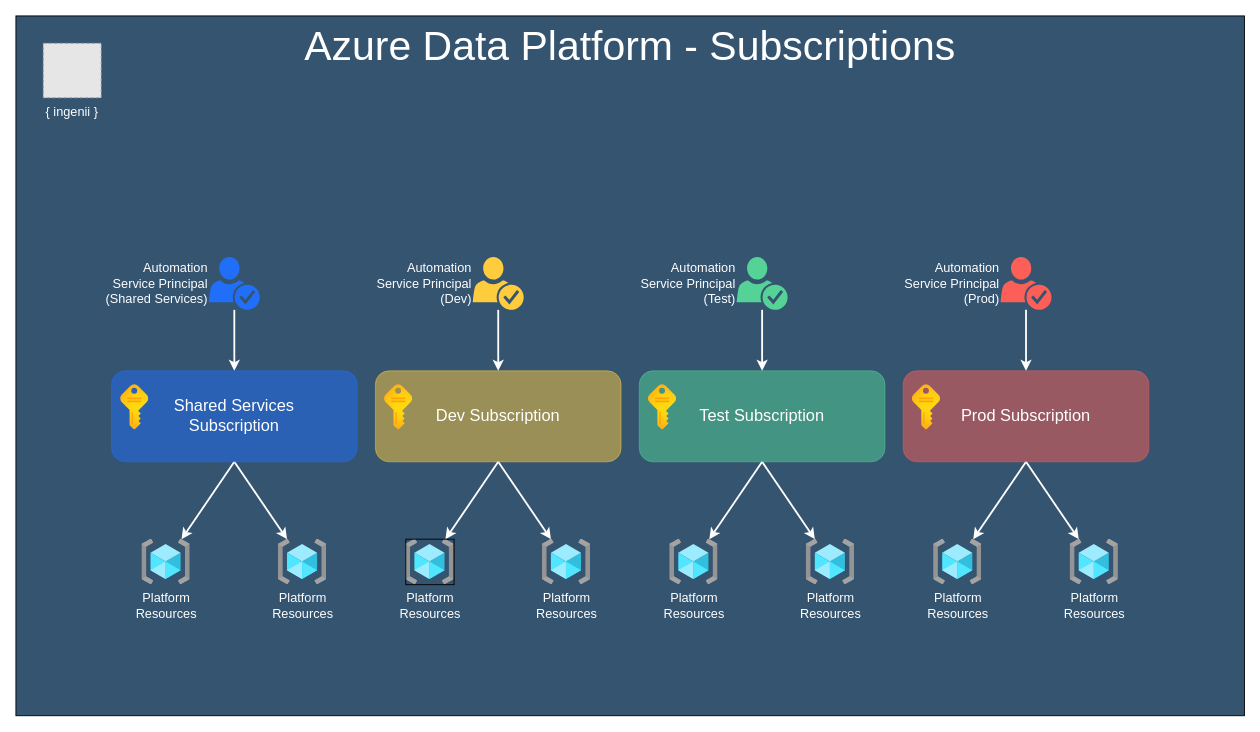
Earlier version of the draw.io diagram docs/assets/adp-design-subscriptions.drawio (rising-star92/python-azure-data-paltform). Source tidied: cells renumbered, new cells numbered last; positions are measured from the earlier drawing's top-left corner, leaving out a move shared by most shapes. Both pictures are drawn from the tidied source at 91%, with x=0, y=0 at pixel (15, 15). Pictures stored in the file or linked from it are replaced by grey dashed boxes.
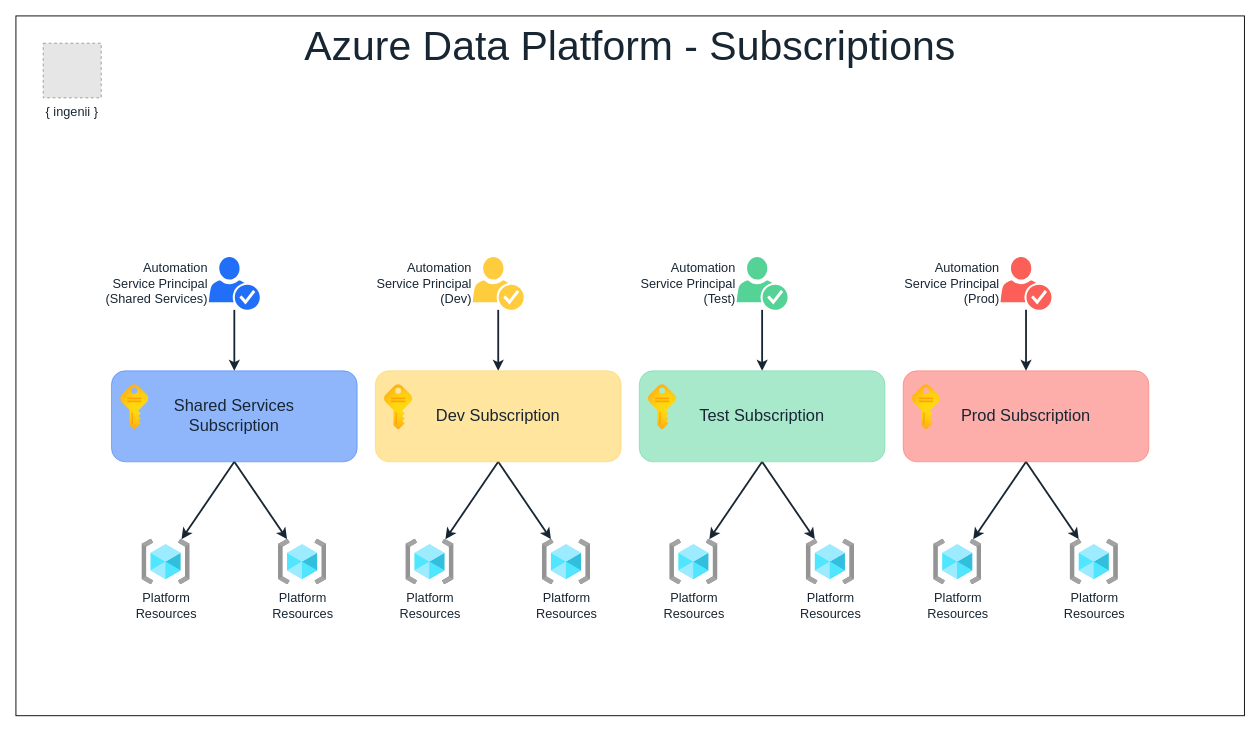
The same diagram, later.

Diff of the diagram source:
```diff
@@
-    <mxCell id="2" value="&lt;span style=&quot;font-size: 45px&quot;&gt;Azure Data Platform - Subscriptions&lt;/span&gt;" style="rounded=0;whiteSpace=wrap;html=1;verticalAlign=top;fontSize=30;fontFamily=Helvetica;fontStyle=0;glass=0;fillColor=#355470;fontColor=#FFFFFF;labelBackgroundColor=none;" parent="1" vertex="1">
+    <mxCell id="2" value="&lt;span style=&quot;font-size: 45px&quot;&gt;Azure Data Platform - Subscriptions&lt;/span&gt;" style="rounded=0;whiteSpace=wrap;html=1;verticalAlign=top;fontSize=30;fontFamily=Helvetica;fontStyle=0;glass=0;labelBackgroundColor=none;fillColor=#FFFFFF;fontColor=#182633;" parent="1" vertex="1">
       <mxGeometry width="1350" height="769" as="geometry" />
     </mxCell>
-    <mxCell id="3" value="{ ingenii }" style="fillColor=#E6E6E6;strokeColor=#999999;dashed=1;verticalLabelPosition=bottom;verticalAlign=top;fontStyle=0;fontFamily=Helvetica;labelPosition=center;align=center;fontSize=14;fontColor=#FFFFFF;labelBackgroundColor=none;" parent="1" vertex="1">
+    <mxCell id="3" value="{ ingenii }" style="fillColor=#E6E6E6;strokeColor=#999999;dashed=1;verticalLabelPosition=bottom;verticalAlign=top;fontStyle=0;fontFamily=Helvetica;labelPosition=center;align=center;fontSize=14;labelBackgroundColor=none;fontColor=#182633;" parent="1" vertex="1">
       <mxGeometry x="30" y="30" width="63.7" height="60" as="geometry" />
     </mxCell>
-    <mxCell id="4" style="edgeStyle=orthogonalEdgeStyle;rounded=0;jettySize=auto;html=1;entryX=0.5;entryY=0;entryDx=0;entryDy=0;fontFamily=Helvetica;strokeWidth=2;fontColor=#FFFFFF;labelBackgroundColor=none;strokeColor=#FFFFFF;" parent="1" edge="1" source="5" target="18">
+    <mxCell id="4" style="edgeStyle=orthogonalEdgeStyle;rounded=0;jettySize=auto;html=1;entryX=0.5;entryY=0;entryDx=0;entryDy=0;fontFamily=Helvetica;strokeWidth=2;labelBackgroundColor=none;fontColor=#182633;strokeColor=#182633;" parent="1" edge="1" source="5" target="18">
       <mxGeometry relative="1" as="geometry" />
     </mxCell>
-    <mxCell id="5" value="Automation &lt;br style=&quot;font-size: 14px;&quot;&gt;Service Principal&lt;br style=&quot;font-size: 14px;&quot;&gt;(Shared Services)" style="shadow=0;dashed=0;html=1;strokeColor=none;labelPosition=left;verticalLabelPosition=middle;verticalAlign=middle;outlineConnect=0;align=right;shape=mxgraph.office.security.credentials;fontFamily=Helvetica;fontSize=14;fontColor=#FFFFFF;labelBackgroundColor=none;fillColor=#216FF8;" parent="1" vertex="1">
+    <mxCell id="5" value="Automation &lt;br style=&quot;font-size: 14px;&quot;&gt;Service Principal&lt;br style=&quot;font-size: 14px;&quot;&gt;(Shared Services)" style="shadow=0;dashed=0;html=1;strokeColor=none;labelPosition=left;verticalLabelPosition=middle;verticalAlign=middle;outlineConnect=0;align=right;shape=mxgraph.office.security.credentials;fontFamily=Helvetica;fontSize=14;labelBackgroundColor=none;fillColor=#216FF8;fontColor=#182633;" parent="1" vertex="1">
       <mxGeometry x="212" y="265" width="56" height="58" as="geometry" />
     </mxCell>
-    <mxCell id="6" style="edgeStyle=orthogonalEdgeStyle;rounded=0;jettySize=auto;html=1;entryX=0.5;entryY=0;entryDx=0;entryDy=0;fontFamily=Helvetica;strokeWidth=2;fontColor=#FFFFFF;labelBackgroundColor=none;strokeColor=#FFFFFF;" parent="1" edge="1" source="7" target="21">
+    <mxCell id="6" style="edgeStyle=orthogonalEdgeStyle;rounded=0;jettySize=auto;html=1;entryX=0.5;entryY=0;entryDx=0;entryDy=0;fontFamily=Helvetica;strokeWidth=2;labelBackgroundColor=none;fontColor=#182633;strokeColor=#182633;" parent="1" edge="1" source="7" target="21">
       <mxGeometry relative="1" as="geometry" />
     </mxCell>
-    <mxCell id="7" value="Automation &lt;br style=&quot;font-size: 14px;&quot;&gt;Service Principal&lt;br style=&quot;font-size: 14px;&quot;&gt;(Dev)" style="shadow=0;dashed=0;html=1;strokeColor=none;labelPosition=left;verticalLabelPosition=middle;verticalAlign=middle;outlineConnect=0;align=right;shape=mxgraph.office.security.credentials;fontFamily=Helvetica;fontSize=14;fontColor=#FFFFFF;labelBackgroundColor=none;fillColor=#FFCC3E;" parent="1" vertex="1">
+    <mxCell id="7" value="Automation &lt;br style=&quot;font-size: 14px;&quot;&gt;Service Principal&lt;br style=&quot;font-size: 14px;&quot;&gt;(Dev)" style="shadow=0;dashed=0;html=1;strokeColor=none;labelPosition=left;verticalLabelPosition=middle;verticalAlign=middle;outlineConnect=0;align=right;shape=mxgraph.office.security.credentials;fontFamily=Helvetica;fontSize=14;labelBackgroundColor=none;fillColor=#FFCC3E;fontColor=#182633;" parent="1" vertex="1">
       <mxGeometry x="502" y="265" width="56" height="58" as="geometry" />
     </mxCell>
-    <mxCell id="8" style="edgeStyle=orthogonalEdgeStyle;rounded=0;jettySize=auto;html=1;fontFamily=Helvetica;labelPosition=left;verticalLabelPosition=middle;align=right;verticalAlign=middle;strokeWidth=2;fontColor=#FFFFFF;labelBackgroundColor=none;strokeColor=#FFFFFF;" parent="1" edge="1" source="9" target="15">
+    <mxCell id="8" style="edgeStyle=orthogonalEdgeStyle;rounded=0;jettySize=auto;html=1;fontFamily=Helvetica;labelPosition=left;verticalLabelPosition=middle;align=right;verticalAlign=middle;strokeWidth=2;labelBackgroundColor=none;fontColor=#182633;strokeColor=#182633;" parent="1" edge="1" source="9" target="15">
       <mxGeometry relative="1" as="geometry" />
     </mxCell>
-    <mxCell id="9" value="Automation &lt;br style=&quot;font-size: 14px;&quot;&gt;Service Principal&lt;br style=&quot;font-size: 14px;&quot;&gt;(Test)" style="shadow=0;dashed=0;html=1;strokeColor=none;labelPosition=left;verticalLabelPosition=middle;verticalAlign=middle;outlineConnect=0;align=right;shape=mxgraph.office.security.credentials;fontFamily=Helvetica;fontSize=14;fontColor=#FFFFFF;labelBackgroundColor=none;fillColor=#55D397;" parent="1" vertex="1">
+    <mxCell id="9" value="Automation &lt;br style=&quot;font-size: 14px;&quot;&gt;Service Principal&lt;br style=&quot;font-size: 14px;&quot;&gt;(Test)" style="shadow=0;dashed=0;html=1;strokeColor=none;labelPosition=left;verticalLabelPosition=middle;verticalAlign=middle;outlineConnect=0;align=right;shape=mxgraph.office.security.credentials;fontFamily=Helvetica;fontSize=14;labelBackgroundColor=none;fillColor=#55D397;fontColor=#182633;" parent="1" vertex="1">
       <mxGeometry x="792" y="265" width="56" height="58" as="geometry" />
     </mxCell>
-    <mxCell id="10" style="edgeStyle=none;rounded=0;jettySize=auto;html=1;exitX=0.5;exitY=1;exitDx=0;exitDy=0;fontFamily=Helvetica;strokeWidth=2;fontColor=#FFFFFF;labelBackgroundColor=none;strokeColor=#FFFFFF;" parent="1" edge="1" source="12" target="34">
+    <mxCell id="10" style="edgeStyle=none;rounded=0;jettySize=auto;html=1;exitX=0.5;exitY=1;exitDx=0;exitDy=0;fontFamily=Helvetica;strokeWidth=2;labelBackgroundColor=none;fontColor=#182633;strokeColor=#182633;" parent="1" edge="1" source="12" target="34">
       <mxGeometry relative="1" as="geometry" />
     </mxCell>
-    <mxCell id="11" style="edgeStyle=none;rounded=0;jettySize=auto;html=1;exitX=0.5;exitY=1;exitDx=0;exitDy=0;fontFamily=Helvetica;strokeWidth=2;fontColor=#FFFFFF;labelBackgroundColor=none;strokeColor=#FFFFFF;" parent="1" edge="1" source="12" target="35">
+    <mxCell id="11" style="edgeStyle=none;rounded=0;jettySize=auto;html=1;exitX=0.5;exitY=1;exitDx=0;exitDy=0;fontFamily=Helvetica;strokeWidth=2;labelBackgroundColor=none;fontColor=#182633;strokeColor=#182633;" parent="1" edge="1" source="12" target="35">
       <mxGeometry relative="1" as="geometry" />
     </mxCell>
-    <mxCell id="12" value="Prod Subscription" style="rounded=1;whiteSpace=wrap;html=1;fontSize=18;fontStyle=0;fontFamily=Helvetica;sketch=0;flipH=0;glass=0;shadow=0;fontColor=#FFFFFF;labelBackgroundColor=none;fillColor=#FC5F57;strokeColor=#FC5F57;opacity=50;" parent="1" vertex="1">
+    <mxCell id="12" value="Prod Subscription" style="rounded=1;whiteSpace=wrap;html=1;fontSize=18;fontStyle=0;fontFamily=Helvetica;sketch=0;flipH=0;glass=0;shadow=0;labelBackgroundColor=none;fillColor=#FC5F57;strokeColor=#FC5F57;opacity=50;fontColor=#182633;" parent="1" vertex="1">
       <mxGeometry x="975" y="390" width="270" height="100" as="geometry" />
     </mxCell>
-    <mxCell id="13" style="edgeStyle=none;rounded=0;jettySize=auto;html=1;exitX=0.5;exitY=1;exitDx=0;exitDy=0;fontFamily=Helvetica;strokeWidth=2;fontColor=#FFFFFF;labelBackgroundColor=none;strokeColor=#FFFFFF;" parent="1" edge="1" source="15" target="32">
+    <mxCell id="13" style="edgeStyle=none;rounded=0;jettySize=auto;html=1;exitX=0.5;exitY=1;exitDx=0;exitDy=0;fontFamily=Helvetica;strokeWidth=2;labelBackgroundColor=none;fontColor=#182633;strokeColor=#182633;" parent="1" edge="1" source="15" target="32">
       <mxGeometry relative="1" as="geometry" />
     </mxCell>
-    <mxCell id="14" style="edgeStyle=none;rounded=0;jettySize=auto;html=1;exitX=0.5;exitY=1;exitDx=0;exitDy=0;fontFamily=Helvetica;strokeWidth=2;fontColor=#FFFFFF;labelBackgroundColor=none;strokeColor=#FFFFFF;" parent="1" edge="1" source="15" target="33">
+    <mxCell id="14" style="edgeStyle=none;rounded=0;jettySize=auto;html=1;exitX=0.5;exitY=1;exitDx=0;exitDy=0;fontFamily=Helvetica;strokeWidth=2;labelBackgroundColor=none;fontColor=#182633;strokeColor=#182633;" parent="1" edge="1" source="15" target="33">
       <mxGeometry relative="1" as="geometry" />
     </mxCell>
-    <mxCell id="15" value="Test Subscription" style="rounded=1;whiteSpace=wrap;html=1;fontSize=18;fontStyle=0;fontFamily=Helvetica;sketch=0;flipH=0;fontColor=#FFFFFF;labelBackgroundColor=none;fillColor=#55D397;strokeColor=#55D397;opacity=50;" parent="1" vertex="1">
+    <mxCell id="15" value="Test Subscription" style="rounded=1;whiteSpace=wrap;html=1;fontSize=18;fontStyle=0;fontFamily=Helvetica;sketch=0;flipH=0;labelBackgroundColor=none;fillColor=#55D397;strokeColor=#55D397;opacity=50;fontColor=#182633;" parent="1" vertex="1">
       <mxGeometry x="685" y="390" width="270" height="100" as="geometry" />
     </mxCell>
-    <mxCell id="16" style="rounded=0;jettySize=auto;html=1;fontFamily=Helvetica;exitX=0.5;exitY=1;exitDx=0;exitDy=0;strokeWidth=2;fontColor=#FFFFFF;labelBackgroundColor=none;strokeColor=#FFFFFF;" parent="1" edge="1" source="18" target="28">
+    <mxCell id="16" style="rounded=0;jettySize=auto;html=1;fontFamily=Helvetica;exitX=0.5;exitY=1;exitDx=0;exitDy=0;strokeWidth=2;labelBackgroundColor=none;fontColor=#182633;strokeColor=#182633;" parent="1" edge="1" source="18" target="28">
       <mxGeometry relative="1" as="geometry" />
     </mxCell>
-    <mxCell id="17" style="edgeStyle=none;rounded=0;jettySize=auto;html=1;exitX=0.5;exitY=1;exitDx=0;exitDy=0;fontFamily=Helvetica;strokeWidth=2;fontColor=#FFFFFF;labelBackgroundColor=none;strokeColor=#FFFFFF;" parent="1" edge="1" source="18" target="29">
+    <mxCell id="17" style="edgeStyle=none;rounded=0;jettySize=auto;html=1;exitX=0.5;exitY=1;exitDx=0;exitDy=0;fontFamily=Helvetica;strokeWidth=2;labelBackgroundColor=none;fontColor=#182633;strokeColor=#182633;" parent="1" edge="1" source="18" target="29">
       <mxGeometry relative="1" as="geometry" />
     </mxCell>
-    <mxCell id="18" value="Shared Services&lt;br style=&quot;font-size: 18px;&quot;&gt;Subscription" style="rounded=1;whiteSpace=wrap;html=1;fontSize=18;fontStyle=0;fontFamily=Helvetica;sketch=0;flipH=0;fontColor=#FFFFFF;labelBackgroundColor=none;fillColor=#216FF8;strokeColor=#216FF8;opacity=50;" parent="1" vertex="1">
+    <mxCell id="18" value="Shared Services&lt;br style=&quot;font-size: 18px;&quot;&gt;Subscription" style="rounded=1;whiteSpace=wrap;html=1;fontSize=18;fontStyle=0;fontFamily=Helvetica;sketch=0;flipH=0;labelBackgroundColor=none;fillColor=#216FF8;strokeColor=#216FF8;opacity=50;fontColor=#182633;" parent="1" vertex="1">
       <mxGeometry x="105" y="390" width="270" height="100" as="geometry" />
     </mxCell>
-    <mxCell id="19" style="edgeStyle=none;rounded=0;jettySize=auto;html=1;exitX=0.5;exitY=1;exitDx=0;exitDy=0;fontFamily=Helvetica;strokeWidth=2;fontColor=#FFFFFF;labelBackgroundColor=none;strokeColor=#FFFFFF;" parent="1" edge="1" source="21" target="30">
+    <mxCell id="19" style="edgeStyle=none;rounded=0;jettySize=auto;html=1;exitX=0.5;exitY=1;exitDx=0;exitDy=0;fontFamily=Helvetica;strokeWidth=2;labelBackgroundColor=none;fontColor=#182633;strokeColor=#182633;" parent="1" edge="1" source="21" target="30">
       <mxGeometry relative="1" as="geometry" />
     </mxCell>
-    <mxCell id="20" style="edgeStyle=none;rounded=0;jettySize=auto;html=1;exitX=0.5;exitY=1;exitDx=0;exitDy=0;fontFamily=Helvetica;strokeWidth=2;fontColor=#FFFFFF;labelBackgroundColor=none;strokeColor=#FFFFFF;" parent="1" edge="1" source="21" target="31">
+    <mxCell id="20" style="edgeStyle=none;rounded=0;jettySize=auto;html=1;exitX=0.5;exitY=1;exitDx=0;exitDy=0;fontFamily=Helvetica;strokeWidth=2;labelBackgroundColor=none;fontColor=#182633;strokeColor=#182633;" parent="1" edge="1" source="21" target="31">
       <mxGeometry relative="1" as="geometry" />
     </mxCell>
-    <mxCell id="21" value="Dev Subscription" style="rounded=1;whiteSpace=wrap;html=1;fontSize=18;fontStyle=0;fontFamily=Helvetica;sketch=0;flipH=0;fontColor=#FFFFFF;labelBackgroundColor=none;fillColor=#FFCC3E;strokeColor=#FFCC3E;opacity=50;" parent="1" vertex="1">
+    <mxCell id="21" value="Dev Subscription" style="rounded=1;whiteSpace=wrap;html=1;fontSize=18;fontStyle=0;fontFamily=Helvetica;sketch=0;flipH=0;labelBackgroundColor=none;fillColor=#FFCC3E;strokeColor=#FFCC3E;opacity=50;fontColor=#182633;" parent="1" vertex="1">
       <mxGeometry x="395" y="390" width="270" height="100" as="geometry" />
     </mxCell>
-    <mxCell id="22" style="edgeStyle=orthogonalEdgeStyle;rounded=0;jettySize=auto;html=1;fontFamily=Helvetica;strokeWidth=2;fontColor=#FFFFFF;labelBackgroundColor=none;strokeColor=#FFFFFF;" parent="1" edge="1" source="23" target="12">
+    <mxCell id="22" style="edgeStyle=orthogonalEdgeStyle;rounded=0;jettySize=auto;html=1;fontFamily=Helvetica;strokeWidth=2;labelBackgroundColor=none;fontColor=#182633;strokeColor=#182633;" parent="1" edge="1" source="23" target="12">
       <mxGeometry relative="1" as="geometry" />
     </mxCell>
-    <mxCell id="23" value="Automation&lt;br style=&quot;font-size: 14px;&quot;&gt;Service Principal&lt;br style=&quot;font-size: 14px;&quot;&gt;(Prod)" style="shadow=0;dashed=0;html=1;strokeColor=none;labelPosition=left;verticalLabelPosition=middle;verticalAlign=middle;outlineConnect=0;align=right;shape=mxgraph.office.security.credentials;fontFamily=Helvetica;fontSize=14;fontColor=#FFFFFF;labelBackgroundColor=none;fillColor=#FC5F57;" parent="1" vertex="1">
+    <mxCell id="23" value="Automation&lt;br style=&quot;font-size: 14px;&quot;&gt;Service Principal&lt;br style=&quot;font-size: 14px;&quot;&gt;(Prod)" style="shadow=0;dashed=0;html=1;strokeColor=none;labelPosition=left;verticalLabelPosition=middle;verticalAlign=middle;outlineConnect=0;align=right;shape=mxgraph.office.security.credentials;fontFamily=Helvetica;fontSize=14;labelBackgroundColor=none;fillColor=#FC5F57;fontColor=#182633;" parent="1" vertex="1">
       <mxGeometry x="1082" y="265" width="56" height="58" as="geometry" />
     </mxCell>
-    <mxCell id="24" style="html=1;align=center;image;fontSize=12;image=img/lib/azure2/general/Subscriptions.svg;sketch=0;fontFamily=Helvetica;fontColor=#FFFFFF;labelBackgroundColor=none;" parent="1" vertex="1">
+    <mxCell id="24" style="html=1;align=center;image;fontSize=12;image=img/lib/azure2/general/Subscriptions.svg;sketch=0;fontFamily=Helvetica;labelBackgroundColor=none;fontColor=#182633;" parent="1" vertex="1">
       <mxGeometry x="985" y="405" width="31" height="50" as="geometry" />
     </mxCell>
-    <mxCell id="25" style="html=1;align=center;image;fontSize=12;image=img/lib/azure2/general/Subscriptions.svg;sketch=0;fontFamily=Helvetica;fontColor=#FFFFFF;labelBackgroundColor=none;" parent="1" vertex="1">
+    <mxCell id="25" style="html=1;align=center;image;fontSize=12;image=img/lib/azure2/general/Subscriptions.svg;sketch=0;fontFamily=Helvetica;labelBackgroundColor=none;fontColor=#182633;" parent="1" vertex="1">
       <mxGeometry x="115" y="405" width="31" height="50" as="geometry" />
     </mxCell>
-    <mxCell id="26" style="html=1;align=center;image;fontSize=12;image=img/lib/azure2/general/Subscriptions.svg;sketch=0;fontFamily=Helvetica;fontColor=#FFFFFF;labelBackgroundColor=none;" parent="1" vertex="1">
+    <mxCell id="26" style="html=1;align=center;image;fontSize=12;image=img/lib/azure2/general/Subscriptions.svg;sketch=0;fontFamily=Helvetica;labelBackgroundColor=none;fontColor=#182633;" parent="1" vertex="1">
       <mxGeometry x="405" y="405" width="31" height="50" as="geometry" />
     </mxCell>
-    <mxCell id="27" style="html=1;align=center;image;fontSize=12;image=img/lib/azure2/general/Subscriptions.svg;sketch=0;fontFamily=Helvetica;fontColor=#FFFFFF;labelBackgroundColor=none;" parent="1" vertex="1">
+    <mxCell id="27" style="html=1;align=center;image;fontSize=12;image=img/lib/azure2/general/Subscriptions.svg;sketch=0;fontFamily=Helvetica;labelBackgroundColor=none;fontColor=#182633;" parent="1" vertex="1">
       <mxGeometry x="695" y="405" width="31" height="50" as="geometry" />
     </mxCell>
-    <mxCell id="28" value="Platform &lt;br style=&quot;font-size: 14px;&quot;&gt;Resources" style="html=1;points=[];align=center;image;fontSize=14;image=img/lib/azure2/general/Resource_Groups.svg;sketch=0;fontFamily=Helvetica;flipH=0;flipV=0;fontColor=#FFFFFF;labelBackgroundColor=none;" parent="1" vertex="1">
+    <mxCell id="28" value="Platform &lt;br style=&quot;font-size: 14px;&quot;&gt;Resources" style="html=1;points=[];align=center;image;fontSize=14;image=img/lib/azure2/general/Resource_Groups.svg;sketch=0;fontFamily=Helvetica;flipH=0;flipV=0;labelBackgroundColor=none;fontColor=#182633;" parent="1" vertex="1">
       <mxGeometry x="138.4" y="575" width="53.1" height="50" as="geometry" />
     </mxCell>
-    <mxCell id="29" value="Platform&lt;br style=&quot;font-size: 14px;&quot;&gt;Resources" style="html=1;points=[];align=center;image;fontSize=14;image=img/lib/azure2/general/Resource_Groups.svg;sketch=0;fontFamily=Helvetica;flipH=0;flipV=0;fontColor=#FFFFFF;labelBackgroundColor=none;" parent="1" vertex="1">
+    <mxCell id="29" value="Platform&lt;br style=&quot;font-size: 14px;&quot;&gt;Resources" style="html=1;points=[];align=center;image;fontSize=14;image=img/lib/azure2/general/Resource_Groups.svg;sketch=0;fontFamily=Helvetica;flipH=0;flipV=0;labelBackgroundColor=none;fontColor=#182633;" parent="1" vertex="1">
       <mxGeometry x="288.4" y="575" width="53.1" height="50" as="geometry" />
     </mxCell>
-    <mxCell id="30" value="Platform&lt;br style=&quot;font-size: 14px;&quot;&gt;Resources" style="html=1;points=[];align=center;image;fontSize=14;image=img/lib/azure2/general/Resource_Groups.svg;sketch=0;fontFamily=Helvetica;flipH=0;flipV=0;fontColor=#FFFFFF;labelBackgroundColor=none;imageBorder=#000000;" parent="1" vertex="1">
+    <mxCell id="30" value="Platform&lt;br style=&quot;font-size: 14px;&quot;&gt;Resources" style="html=1;points=[];align=center;image;fontSize=14;image=img/lib/azure2/general/Resource_Groups.svg;sketch=0;fontFamily=Helvetica;flipH=0;flipV=0;labelBackgroundColor=none;fontColor=#182633;" parent="1" vertex="1">
       <mxGeometry x="428.4" y="575" width="53.1" height="50" as="geometry" />
     </mxCell>
-    <mxCell id="31" value="Platform&lt;br style=&quot;font-size: 14px;&quot;&gt;Resources" style="html=1;points=[];align=center;image;fontSize=14;image=img/lib/azure2/general/Resource_Groups.svg;sketch=0;fontFamily=Helvetica;flipH=0;flipV=0;fontColor=#FFFFFF;labelBackgroundColor=none;" parent="1" vertex="1">
+    <mxCell id="31" value="Platform&lt;br style=&quot;font-size: 14px;&quot;&gt;Resources" style="html=1;points=[];align=center;image;fontSize=14;image=img/lib/azure2/general/Resource_Groups.svg;sketch=0;fontFamily=Helvetica;flipH=0;flipV=0;labelBackgroundColor=none;fontColor=#182633;" parent="1" vertex="1">
       <mxGeometry x="578.4" y="575" width="53.1" height="50" as="geometry" />
     </mxCell>
-    <mxCell id="32" value="Platform&lt;br style=&quot;font-size: 14px;&quot;&gt;Resources" style="html=1;points=[];align=center;image;fontSize=14;image=img/lib/azure2/general/Resource_Groups.svg;sketch=0;fontFamily=Helvetica;flipH=0;flipV=0;fontColor=#FFFFFF;labelBackgroundColor=none;" parent="1" vertex="1">
+    <mxCell id="32" value="Platform&lt;br style=&quot;font-size: 14px;&quot;&gt;Resources" style="html=1;points=[];align=center;image;fontSize=14;image=img/lib/azure2/general/Resource_Groups.svg;sketch=0;fontFamily=Helvetica;flipH=0;flipV=0;labelBackgroundColor=none;fontColor=#182633;" parent="1" vertex="1">
       <mxGeometry x="718.4" y="575" width="53.1" height="50" as="geometry" />
     </mxCell>
-    <mxCell id="33" value="Platform&lt;br style=&quot;font-size: 14px;&quot;&gt;Resources" style="html=1;points=[];align=center;image;fontSize=14;image=img/lib/azure2/general/Resource_Groups.svg;sketch=0;fontFamily=Helvetica;flipH=0;flipV=0;fontColor=#FFFFFF;labelBackgroundColor=none;" parent="1" vertex="1">
+    <mxCell id="33" value="Platform&lt;br style=&quot;font-size: 14px;&quot;&gt;Resources" style="html=1;points=[];align=center;image;fontSize=14;image=img/lib/azure2/general/Resource_Groups.svg;sketch=0;fontFamily=Helvetica;flipH=0;flipV=0;labelBackgroundColor=none;fontColor=#182633;" parent="1" vertex="1">
       <mxGeometry x="868.4" y="575" width="53.1" height="50" as="geometry" />
     </mxCell>
-    <mxCell id="34" value="Platform&lt;br style=&quot;font-size: 14px;&quot;&gt;Resources" style="html=1;points=[];align=center;image;fontSize=14;image=img/lib/azure2/general/Resource_Groups.svg;sketch=0;fontFamily=Helvetica;flipH=0;flipV=0;fontColor=#FFFFFF;labelBackgroundColor=none;" parent="1" vertex="1">
+    <mxCell id="34" value="Platform&lt;br style=&quot;font-size: 14px;&quot;&gt;Resources" style="html=1;points=[];align=center;image;fontSize=14;image=img/lib/azure2/general/Resource_Groups.svg;sketch=0;fontFamily=Helvetica;flipH=0;flipV=0;labelBackgroundColor=none;fontColor=#182633;" parent="1" vertex="1">
       <mxGeometry x="1008.4" y="575" width="53.1" height="50" as="geometry" />
     </mxCell>
-    <mxCell id="35" value="Platform&lt;br style=&quot;font-size: 14px;&quot;&gt;Resources" style="html=1;points=[];align=center;image;fontSize=14;image=img/lib/azure2/general/Resource_Groups.svg;sketch=0;fontFamily=Helvetica;flipH=0;flipV=0;fontColor=#FFFFFF;labelBackgroundColor=none;" parent="1" vertex="1">
+    <mxCell id="35" value="Platform&lt;br style=&quot;font-size: 14px;&quot;&gt;Resources" style="html=1;points=[];align=center;image;fontSize=14;image=img/lib/azure2/general/Resource_Groups.svg;sketch=0;fontFamily=Helvetica;flipH=0;flipV=0;labelBackgroundColor=none;fontColor=#182633;" parent="1" vertex="1">
       <mxGeometry x="1158.4" y="575" width="53.1" height="50" as="geometry" />
     </mxCell>
```
